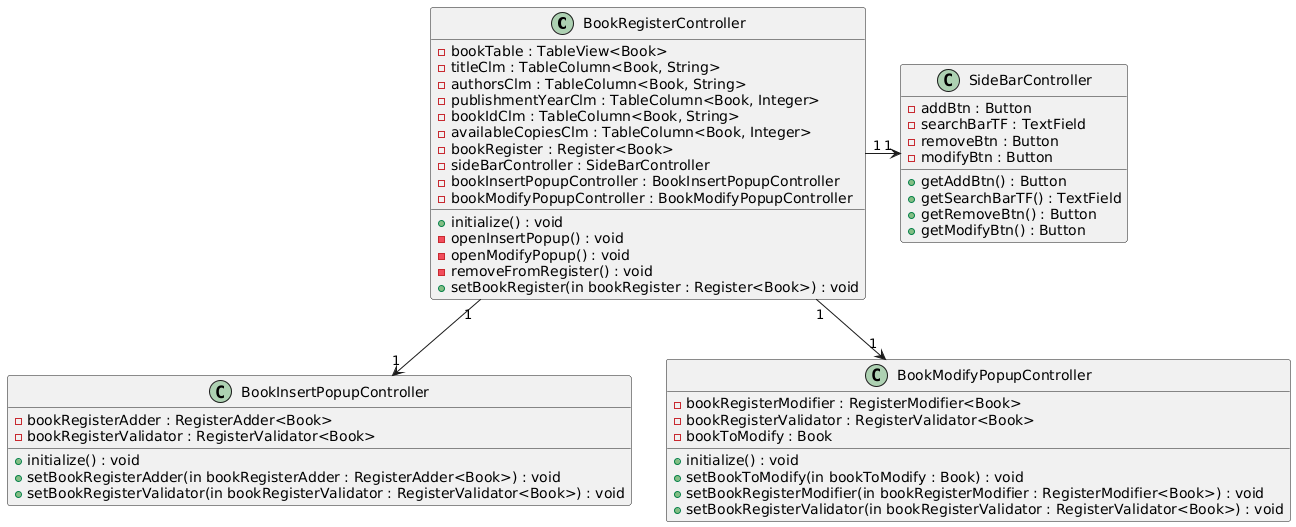
Above: docs/Class Diagrams/Register Controllers Perspective/Book/BookControllerPerspective.png in cwke/LibraryManager (PlantUML), before the change.
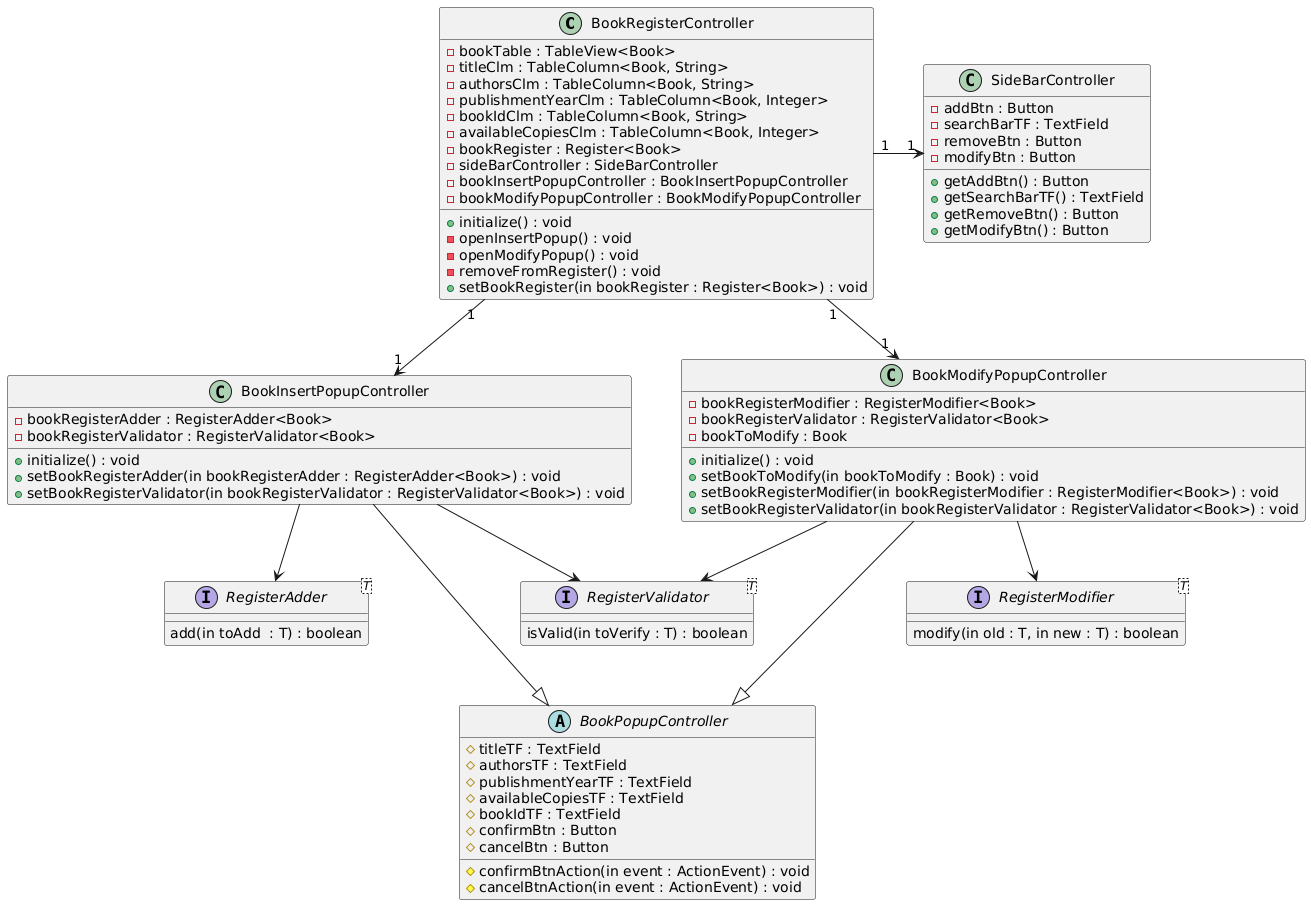
Later version of the same file.

The edit, as a diff of the source:
```diff
@@ -1,4 +1,6 @@
 @startuml
+skinparam nodesep 50
+
 class BookRegisterController{
 +initialize() : void
 -bookTable : TableView<Book>
@@ -16,8 +18,6 @@
 -removeFromRegister() : void
 +setBookRegister(in bookRegister : Register<Book>) : void
 }
-
-
 
 class SideBarController{
 -addBtn : Button
@@ -53,8 +53,49 @@
 
 
 
+  interface RegisterAdder<T>{
+add(in toAdd  : T) : boolean
+}
+
+interface RegisterModifier<T>{
+modify(in old : T, in new : T) : boolean
+}
+
+
+interface RegisterValidator<T>{
+isValid(in toVerify : T) : boolean
+}
+
+
+abstract class BookPopupController{
+#titleTF : TextField
+#authorsTF : TextField
+#publishmentYearTF : TextField
+#availableCopiesTF : TextField
+#bookIdTF : TextField
+#confirmBtn : Button
+#cancelBtn : Button
+
+#confirmBtnAction(in event : ActionEvent) : void
+#cancelBtnAction(in event : ActionEvent) : void
+
+}
+
+
+BookInsertPopupController ---|> BookPopupController
+BookModifyPopupController ---|> BookPopupController
+
+BookInsertPopupController -d-> RegisterValidator
+BookInsertPopupController --> RegisterAdder
+
+BookModifyPopupController -d-> RegisterValidator
+BookModifyPopupController --> RegisterModifier
+
+
 
 BookRegisterController "1" -r-> "1" SideBarController
 BookRegisterController "1" -d-> "1" BookInsertPopupController
 BookRegisterController "1" -d-> "1" BookModifyPopupController
+
+RegisterAdder -[hidden]right- RegisterValidator
 @enduml
```
